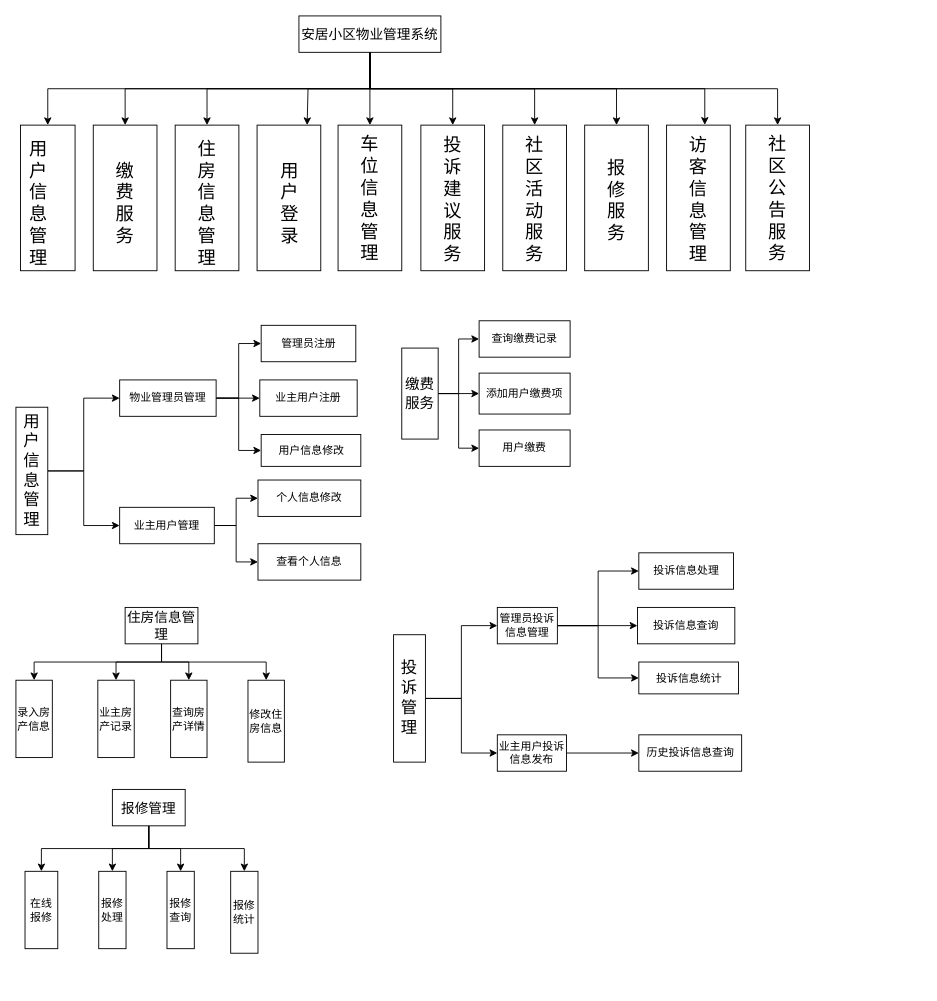
Earlier version of the draw.io diagram page "第 3 页" (3 of 4) of projectfiles/uml/安居小区物业管理系统.drawio (KuChanMaster/PropertiesManager). Source tidied: cells renumbered, new cells numbered last; positions are measured from the earlier drawing's top-left corner, leaving out a move shared by most shapes. Both pictures are drawn from the tidied source at 91%, with x=0, y=0 at pixel (15, 15).
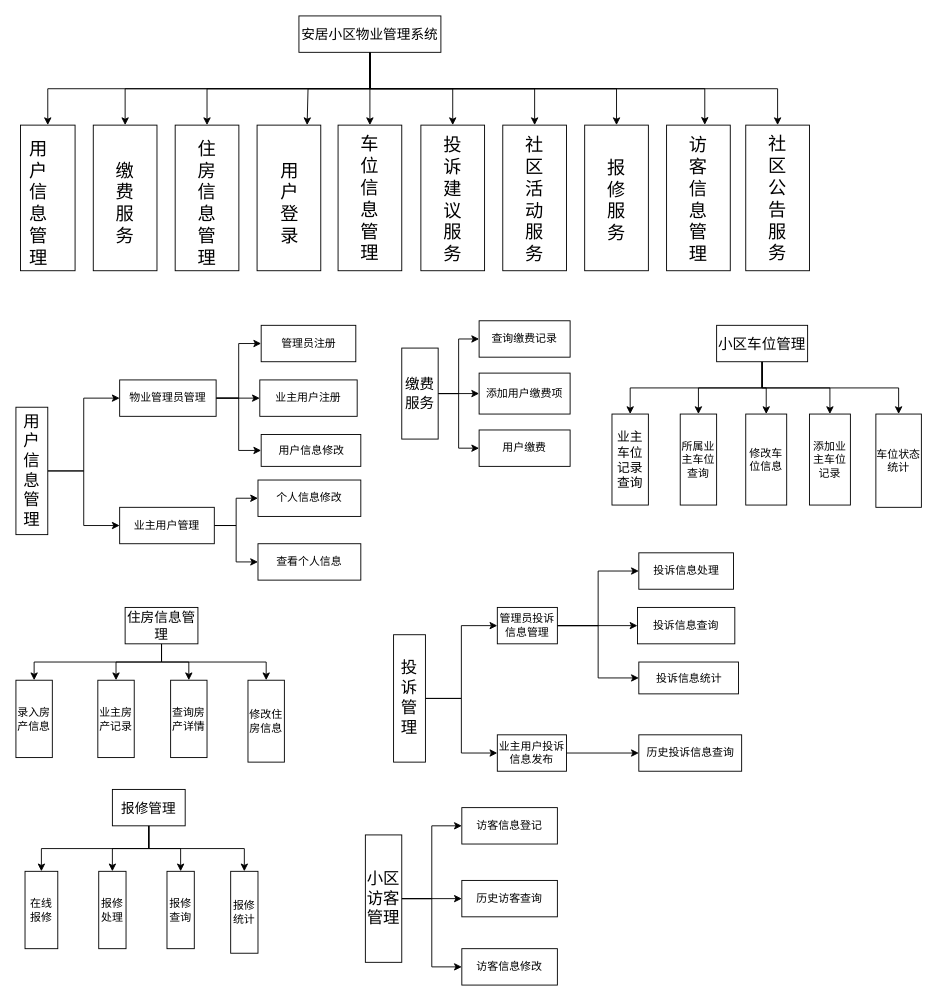
The same diagram, later.

Diff of the diagram source:
```diff
@@
+    <mxCell id="90" style="edgeStyle=orthogonalEdgeStyle;rounded=0;jettySize=auto;html=1;exitX=1;exitY=0.5;exitDx=0;exitDy=0;entryX=0;entryY=0.5;entryDx=0;entryDy=0;" parent="1" edge="1" source="93" target="94">
+      <mxGeometry relative="1" as="geometry" />
+    </mxCell>
+    <mxCell id="91" style="edgeStyle=orthogonalEdgeStyle;rounded=0;jettySize=auto;html=1;exitX=1;exitY=0.5;exitDx=0;exitDy=0;" parent="1" edge="1" source="93" target="96">
+      <mxGeometry relative="1" as="geometry" />
+    </mxCell>
+    <mxCell id="92" style="edgeStyle=orthogonalEdgeStyle;rounded=0;jettySize=auto;html=1;exitX=1;exitY=0.5;exitDx=0;exitDy=0;entryX=0;entryY=0.5;entryDx=0;entryDy=0;" parent="1" edge="1" source="93" target="95">
+      <mxGeometry relative="1" as="geometry" />
+    </mxCell>
+    <mxCell id="93" value="&lt;font style=&quot;font-size: 18px;&quot;&gt;小区访客管理&lt;/font&gt;" style="rounded=0;whiteSpace=wrap;html=1;" parent="1" vertex="1">
+      <mxGeometry x="384" y="900" width="40" height="140" as="geometry" />
+    </mxCell>
+    <mxCell id="94" value="历史访客查询" style="rounded=0;whiteSpace=wrap;html=1;" parent="1" vertex="1">
+      <mxGeometry x="490" y="950" width="105" height="40" as="geometry" />
+    </mxCell>
+    <mxCell id="95" value="访客信息登记" style="rounded=0;whiteSpace=wrap;html=1;" parent="1" vertex="1">
+      <mxGeometry x="490" y="870" width="105" height="40" as="geometry" />
+    </mxCell>
+    <mxCell id="96" value="访客信息修改" style="rounded=0;whiteSpace=wrap;html=1;" parent="1" vertex="1">
+      <mxGeometry x="490" y="1025" width="105" height="40" as="geometry" />
+    </mxCell>
+    <mxCell id="97" style="edgeStyle=orthogonalEdgeStyle;rounded=0;jettySize=auto;html=1;exitX=1;exitY=0.5;exitDx=0;exitDy=0;entryX=0;entryY=0.5;entryDx=0;entryDy=0;" parent="1" edge="1" source="102" target="103">
+      <mxGeometry relative="1" as="geometry" />
+    </mxCell>
+    <mxCell id="98" style="edgeStyle=orthogonalEdgeStyle;rounded=0;jettySize=auto;html=1;exitX=1;exitY=0.5;exitDx=0;exitDy=0;" parent="1" edge="1" source="102" target="105">
+      <mxGeometry relative="1" as="geometry" />
+    </mxCell>
+    <mxCell id="99" style="edgeStyle=orthogonalEdgeStyle;rounded=0;jettySize=auto;html=1;exitX=1;exitY=0.5;exitDx=0;exitDy=0;" parent="1" edge="1" source="102" target="106">
+      <mxGeometry relative="1" as="geometry" />
+    </mxCell>
+    <mxCell id="100" style="edgeStyle=orthogonalEdgeStyle;rounded=0;jettySize=auto;html=1;exitX=1;exitY=0.5;exitDx=0;exitDy=0;" parent="1" edge="1" source="102" target="104">
+      <mxGeometry relative="1" as="geometry" />
+    </mxCell>
+    <mxCell id="101" style="edgeStyle=orthogonalEdgeStyle;rounded=0;jettySize=auto;html=1;exitX=1;exitY=0.5;exitDx=0;exitDy=0;entryX=0.5;entryY=0;entryDx=0;entryDy=0;" parent="1" edge="1" source="102" target="107">
+      <mxGeometry relative="1" as="geometry" />
+    </mxCell>
+    <mxCell id="102" value="&lt;span style=&quot;font-size: 16px;&quot;&gt;小区车位管理&lt;/span&gt;" style="rounded=0;whiteSpace=wrap;html=1;direction=south;" parent="1" vertex="1">
+      <mxGeometry x="770" y="340" width="100" height="40" as="geometry" />
+    </mxCell>
+    <mxCell id="103" value="&lt;font style=&quot;font-size: 14px;&quot;&gt;业主车位记录查询&lt;/font&gt;" style="whiteSpace=wrap;html=1;direction=south;" parent="1" vertex="1">
+      <mxGeometry x="655" y="437.5" width="40" height="100" as="geometry" />
+    </mxCell>
+    <mxCell id="104" value="添加业主车位记录" style="whiteSpace=wrap;html=1;rounded=0;direction=south;" parent="1" vertex="1">
+      <mxGeometry x="872" y="437.5" width="45" height="100" as="geometry" />
+    </mxCell>
+    <mxCell id="105" value="所属业主车位查询" style="rounded=0;whiteSpace=wrap;html=1;direction=south;" parent="1" vertex="1">
+      <mxGeometry x="730" y="437.5" width="40" height="100" as="geometry" />
+    </mxCell>
+    <mxCell id="106" value="修改车位信息" style="rounded=0;whiteSpace=wrap;html=1;direction=south;" parent="1" vertex="1">
+      <mxGeometry x="802" y="437.5" width="45" height="100" as="geometry" />
+    </mxCell>
+    <mxCell id="107" value="车位状态统计" style="rounded=0;whiteSpace=wrap;html=1;" parent="1" vertex="1">
+      <mxGeometry x="945" y="437.5" width="50" height="102.5" as="geometry" />
+    </mxCell>
```
